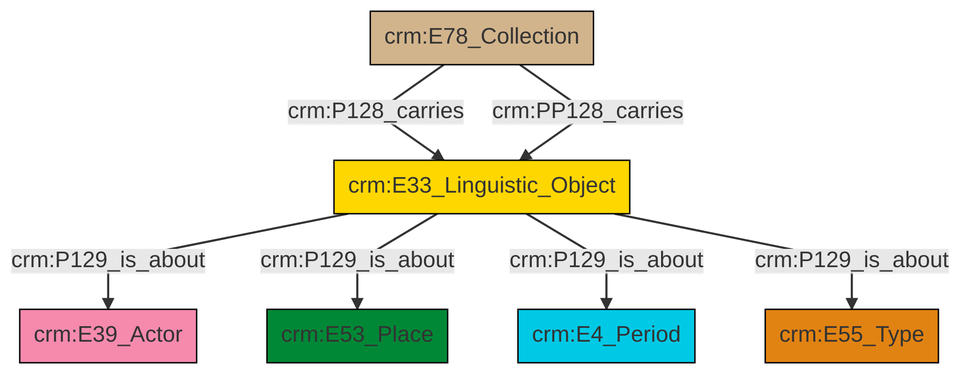
This is et/archivalCSV/ttl/mmd/png/archival_aboutness.png from swiss-art-research-net/docs.swissartresearch, a Mermaid export, as it was before one commit. Its source is kept beside it as et/archivalCSV/ttl/mmd/archival_aboutness.ttl.mmd.
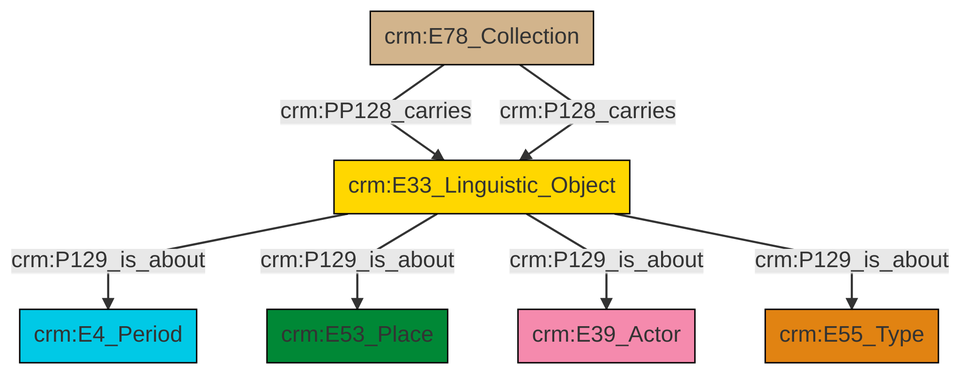
The same diagram one commit later.

The edit, as a diff of the source:
```diff
@@ -13,9 +13,9 @@
 classDef PC_Classes fill:#4ce600, stroke:#000000;
 classDef Multi fill:#cccccc,stroke:#000000;
 
-6["crm:E33_Linguistic_Object"]:::Conceptual_Object -->|crm:P129_is_about| 2["crm:E39_Actor"]:::Actor
-6["crm:E33_Linguistic_Object"]:::Conceptual_Object -->|crm:P129_is_about| 7["crm:E53_Place"]:::Place
-6["crm:E33_Linguistic_Object"]:::Conceptual_Object -->|crm:P129_is_about| 9["crm:E4_Period"]:::Temporal_Entity
-0["crm:E78_Collection"]:::Physical_Thing -->|crm:P128_carries| 6["crm:E33_Linguistic_Object"]:::Conceptual_Object
-0["crm:E78_Collection"]:::Physical_Thing -->|crm:PP128_carries| 6["crm:E33_Linguistic_Object"]:::Conceptual_Object
-6["crm:E33_Linguistic_Object"]:::Conceptual_Object -->|crm:P129_is_about| 4["crm:E55_Type"]:::Type
+2["crm:E78_Collection"]:::Physical_Thing -->|crm:PP128_carries| 0["crm:E33_Linguistic_Object"]:::Conceptual_Object
+0["crm:E33_Linguistic_Object"]:::Conceptual_Object -->|crm:P129_is_about| 6["crm:E4_Period"]:::Temporal_Entity
+2["crm:E78_Collection"]:::Physical_Thing -->|crm:P128_carries| 0["crm:E33_Linguistic_Object"]:::Conceptual_Object
+0["crm:E33_Linguistic_Object"]:::Conceptual_Object -->|crm:P129_is_about| 4["crm:E53_Place"]:::Place
+0["crm:E33_Linguistic_Object"]:::Conceptual_Object -->|crm:P129_is_about| 10["crm:E39_Actor"]:::Actor
+0["crm:E33_Linguistic_Object"]:::Conceptual_Object -->|crm:P129_is_about| 7["crm:E55_Type"]:::Type
```
